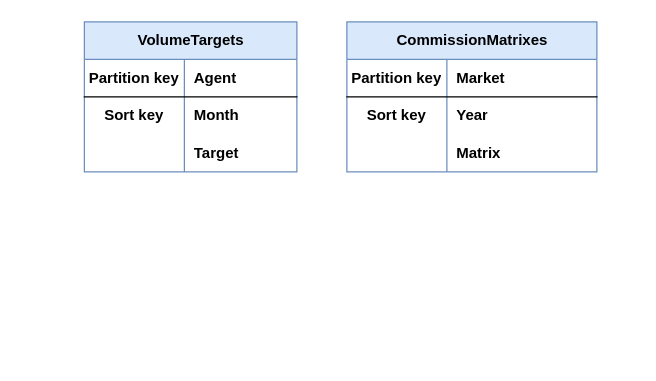
Skyvell/bmw-commision-design keeps this draw.io diagram as database.drawio. Above is the earlier version. Source tidied: cells renumbered, new cells numbered last; positions are measured from the earlier drawing's top-left corner, leaving out a move shared by most shapes. Both pictures are drawn from the tidied source at 125%, with x=0, y=0 at pixel (84, 21).
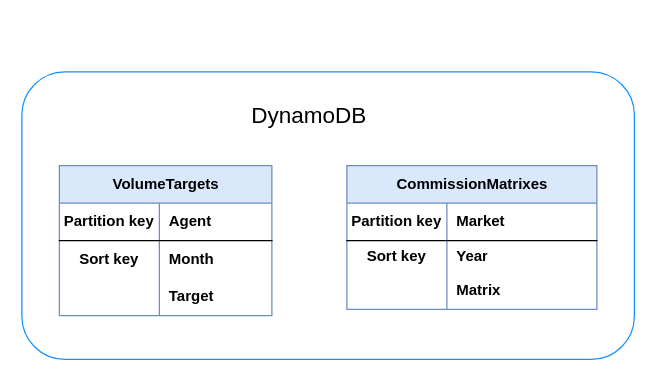
The same diagram, later.

Diff of the diagram source:
```diff
@@
+    <mxCell id="22" style="rounded=1;whiteSpace=wrap;html=1;strokeColor=#1290FF;" parent="1" vertex="1">
+      <mxGeometry x="-50" y="40" width="490" height="230" as="geometry" />
+    </mxCell>
     <mxCell id="2" value="VolumeTargets" style="shape=table;startSize=30;childLayout=tableLayout;rowLines=0;fontStyle=1;align=center;html=1;fillColor=#dae8fc;strokeColor=#6c8ebf;" parent="1" vertex="1">
-      <mxGeometry width="170" height="120" as="geometry" />
+      <mxGeometry x="-20" y="115" width="170" height="120" as="geometry" />
     </mxCell>
@@
     <mxCell id="12" value="CommissionMatrixes" style="shape=table;startSize=30;childLayout=tableLayout;rowLines=0;fontStyle=1;align=center;html=1;fillColor=#dae8fc;strokeColor=#6c8ebf;" parent="1" vertex="1">
-      <mxGeometry x="210" width="200" height="120" as="geometry" />
+      <mxGeometry x="210" y="115" width="200" height="115" as="geometry" />
     </mxCell>
@@
     <mxCell id="16" style="shape=tableRow;horizontal=0;startSize=0;swimlaneHead=0;swimlaneBody=0;fillColor=none;top=0;left=0;right=0;bottom=0;" parent="12" vertex="1">
-      <mxGeometry y="60" width="200" height="30" as="geometry" />
+      <mxGeometry y="60" width="200" height="25" as="geometry" />
     </mxCell>
     <mxCell id="17" value="Sort key" style="shape=partialRectangle;fillColor=none;top=0;left=0;bottom=0;right=0;overflow=hidden;whiteSpace=wrap;html=1;fontStyle=1;" parent="16" vertex="1">
-      <mxGeometry width="80" height="30" as="geometry" />
+      <mxGeometry width="80" height="25" as="geometry" />
     </mxCell>
     <mxCell id="18" value="Year" style="shape=partialRectangle;fillColor=none;top=0;left=0;bottom=0;right=0;align=left;spacingLeft=6;overflow=hidden;whiteSpace=wrap;html=1;fontStyle=1;" parent="16" vertex="1">
-      <mxGeometry x="80" width="120" height="30" as="geometry" />
+      <mxGeometry x="80" width="120" height="25" as="geometry" />
     </mxCell>
     <mxCell id="19" style="shape=tableRow;horizontal=0;startSize=0;swimlaneHead=0;swimlaneBody=0;fillColor=none;top=0;left=0;right=0;bottom=0;" parent="12" vertex="1">
-      <mxGeometry y="90" width="200" height="30" as="geometry" />
+      <mxGeometry y="85" width="200" height="30" as="geometry" />
     </mxCell>
@@
+    <mxCell id="23" value="&lt;font style=&quot;font-size: 18px;&quot;&gt;DynamoDB&lt;/font&gt;" style="text;html=1;strokeColor=none;fillColor=none;align=center;verticalAlign=middle;whiteSpace=wrap;overflow=hidden;" parent="1" vertex="1">
+      <mxGeometry x="130" y="50" width="100" height="50" as="geometry" />
+    </mxCell>
```
